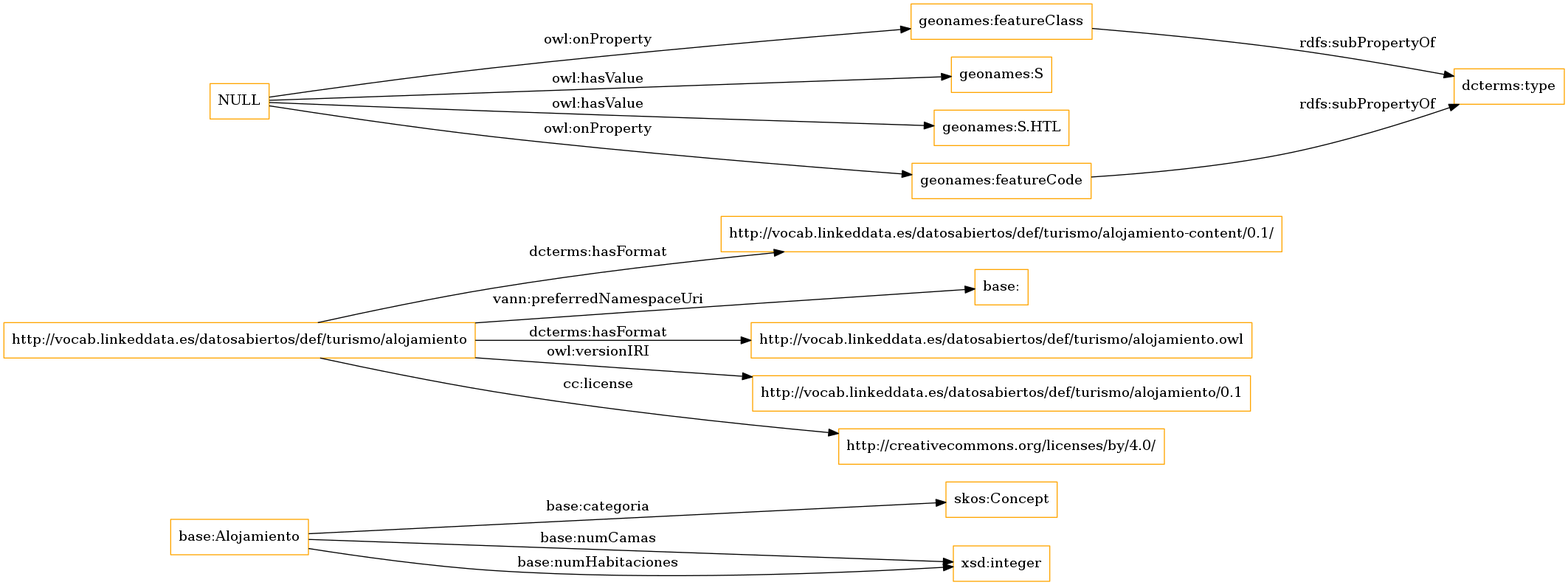
Earlier version of the Graphviz export OnToology/alojamiento.owl/diagrams/ar2dtool-class/alojamiento.owl.png (ma-garcia/turismo-alojamiento). Its source is kept beside it as OnToology/alojamiento.owl/diagrams/ar2dtool-class/alojamiento.owl.png.dot. Source of this version:
```dot
digraph ar2dtool_diagram {
rankdir=LR;
size="1501"
node [shape = rectangle, color="orange"]; "base:Alojamiento" "skos:Concept" ; /*classes style*/
	"http://vocab.linkeddata.es/datosabiertos/def/turismo/alojamiento" -> "http://vocab.linkeddata.es/datosabiertos/def/turismo/alojamiento-content/0.1/" [ label = "dcterms:hasFormat" ];
	"http://vocab.linkeddata.es/datosabiertos/def/turismo/alojamiento" -> "base:" [ label = "vann:preferredNamespaceUri" ];
	"http://vocab.linkeddata.es/datosabiertos/def/turismo/alojamiento" -> "http://vocab.linkeddata.es/datosabiertos/def/turismo/alojamiento.owl" [ label = "dcterms:hasFormat" ];
	"http://vocab.linkeddata.es/datosabiertos/def/turismo/alojamiento" -> "http://vocab.linkeddata.es/datosabiertos/def/turismo/alojamiento/0.1" [ label = "owl:versionIRI" ];
	"http://vocab.linkeddata.es/datosabiertos/def/turismo/alojamiento" -> "http://creativecommons.org/licenses/by/4.0/" [ label = "cc:license" ];
	"geonames:featureClass" -> "dcterms:type" [ label = "rdfs:subPropertyOf" ];
	"NULL" -> "geonames:S" [ label = "owl:hasValue" ];
	"NULL" -> "geonames:featureClass" [ label = "owl:onProperty" ];
	"NULL" -> "geonames:S.HTL" [ label = "owl:hasValue" ];
	"NULL" -> "geonames:featureCode" [ label = "owl:onProperty" ];
	"geonames:featureCode" -> "dcterms:type" [ label = "rdfs:subPropertyOf" ];
	"base:Alojamiento" -> "xsd:integer" [ label = "base:numCamas" ];
	"base:Alojamiento" -> "xsd:integer" [ label = "base:numHabitaciones" ];
	"base:Alojamiento" -> "skos:Concept" [ label = "base:categoria" ];

}
```
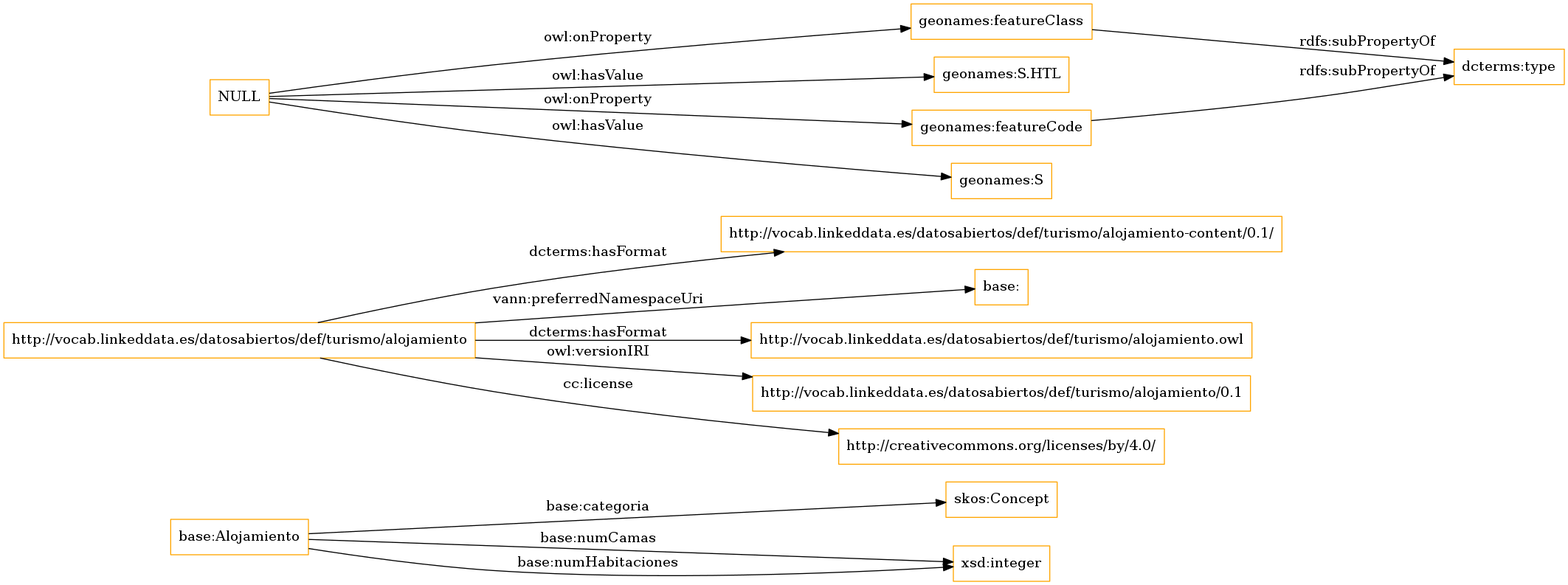
After the change.

Change to the diagram source:
```diff
@@ -8,10 +8,10 @@
 	"http://vocab.linkeddata.es/datosabiertos/def/turismo/alojamiento" -> "http://vocab.linkeddata.es/datosabiertos/def/turismo/alojamiento/0.1" [ label = "owl:versionIRI" ];
 	"http://vocab.linkeddata.es/datosabiertos/def/turismo/alojamiento" -> "http://creativecommons.org/licenses/by/4.0/" [ label = "cc:license" ];
 	"geonames:featureClass" -> "dcterms:type" [ label = "rdfs:subPropertyOf" ];
+	"NULL" -> "geonames:S.HTL" [ label = "owl:hasValue" ];
+	"NULL" -> "geonames:featureCode" [ label = "owl:onProperty" ];
 	"NULL" -> "geonames:S" [ label = "owl:hasValue" ];
 	"NULL" -> "geonames:featureClass" [ label = "owl:onProperty" ];
-	"NULL" -> "geonames:S.HTL" [ label = "owl:hasValue" ];
-	"NULL" -> "geonames:featureCode" [ label = "owl:onProperty" ];
 	"geonames:featureCode" -> "dcterms:type" [ label = "rdfs:subPropertyOf" ];
 	"base:Alojamiento" -> "xsd:integer" [ label = "base:numCamas" ];
 	"base:Alojamiento" -> "xsd:integer" [ label = "base:numHabitaciones" ];
```
